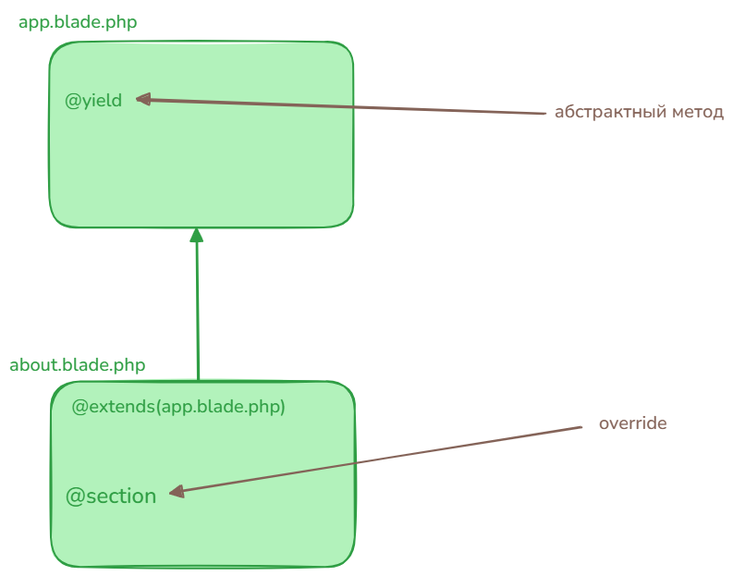
silvercodes/p32_laravel keeps this Excalidraw diagram as =img=/blade.excalidraw.png. Above is the earlier version. Source tidied: one line per element, renumbered; positions are measured from the earlier drawing's top-left corner, leaving out a move shared by most shapes. Source of this version:
```json
{"id": 0, "type": "rectangle", "strokeColor": "#2f9e44", "backgroundColor": "#b2f2bb", "fillStyle": "solid", "strokeWidth": 2, "roughness": 1, "round": true, "x": 43, "y": 35, "width": 329, "height": 201}
{"id": 1, "type": "rectangle", "strokeColor": "#2f9e44", "backgroundColor": "#b2f2bb", "fillStyle": "solid", "strokeWidth": 2, "roughness": 1, "round": true, "x": 45, "y": 402, "width": 329, "height": 201}
{"id": 2, "type": "arrow", "strokeColor": "#2f9e44", "backgroundColor": "#b2f2bb", "fillStyle": "solid", "strokeWidth": 2, "roughness": 1, "endArrowhead": "triangle", "round": true, "from": 1, "to": 0, "x": 205, "y": 402, "width": 2, "height": 163, "points": [[0, 0], [-2, -163]]}
{"id": 3, "type": "text", "text": "@extends(app.blade.php)", "strokeColor": "#2f9e44", "backgroundColor": "#b2f2bb", "fillStyle": "solid", "strokeWidth": 2, "roughness": 1, "fontSize": 20, "fontFamily": 6, "x": 67, "y": 416, "width": 232, "height": 27}
{"id": 4, "type": "text", "text": "app.blade.php", "strokeColor": "#2f9e44", "backgroundColor": "#b2f2bb", "fillStyle": "solid", "strokeWidth": 2, "roughness": 1, "fontSize": 20, "fontFamily": 6, "x": 10, "y": 0, "width": 129, "height": 27}
{"id": 5, "type": "text", "text": "about.blade.php", "strokeColor": "#2f9e44", "backgroundColor": "#b2f2bb", "fillStyle": "solid", "strokeWidth": 2, "roughness": 1, "fontSize": 20, "fontFamily": 6, "x": 0, "y": 371, "width": 147, "height": 27}
{"id": 6, "type": "text", "text": "@yield", "strokeColor": "#2f9e44", "backgroundColor": "#b2f2bb", "fillStyle": "solid", "strokeWidth": 2, "roughness": 1, "fontSize": 20, "fontFamily": 6, "x": 60, "y": 85, "width": 62, "height": 27}
{"id": 7, "type": "text", "text": "@section", "strokeColor": "#2f9e44", "backgroundColor": "#b2f2bb", "fillStyle": "solid", "strokeWidth": 2, "roughness": 1, "fontSize": 23.81, "fontFamily": 6, "x": 60, "y": 510, "width": 99, "height": 32}
{"id": 8, "type": "arrow", "strokeColor": "#846358", "backgroundColor": "#b2f2bb", "fillStyle": "solid", "strokeWidth": 2, "roughness": 1, "endArrowhead": "triangle", "round": true, "to": 0, "x": 579, "y": 112, "width": 440, "height": 14, "points": [[0, 0], [-440, -14]]}
{"id": 9, "type": "text", "text": "абстрактный метод", "strokeColor": "#846358", "backgroundColor": "#b2f2bb", "fillStyle": "solid", "strokeWidth": 2, "roughness": 1, "fontSize": 20, "fontFamily": 6, "x": 590, "y": 97, "width": 183, "height": 27}
{"id": 10, "type": "arrow", "strokeColor": "#846358", "backgroundColor": "#b2f2bb", "fillStyle": "solid", "strokeWidth": 2, "roughness": 1, "endArrowhead": "triangle", "round": true, "to": 7, "x": 619, "y": 451, "width": 444, "height": 72, "points": [[0, 0], [-444, 72]]}
{"id": 11, "type": "text", "text": "override", "strokeColor": "#846358", "backgroundColor": "#b2f2bb", "fillStyle": "solid", "strokeWidth": 2, "roughness": 1, "fontSize": 20, "fontFamily": 6, "x": 638, "y": 434, "width": 74, "height": 27}
```
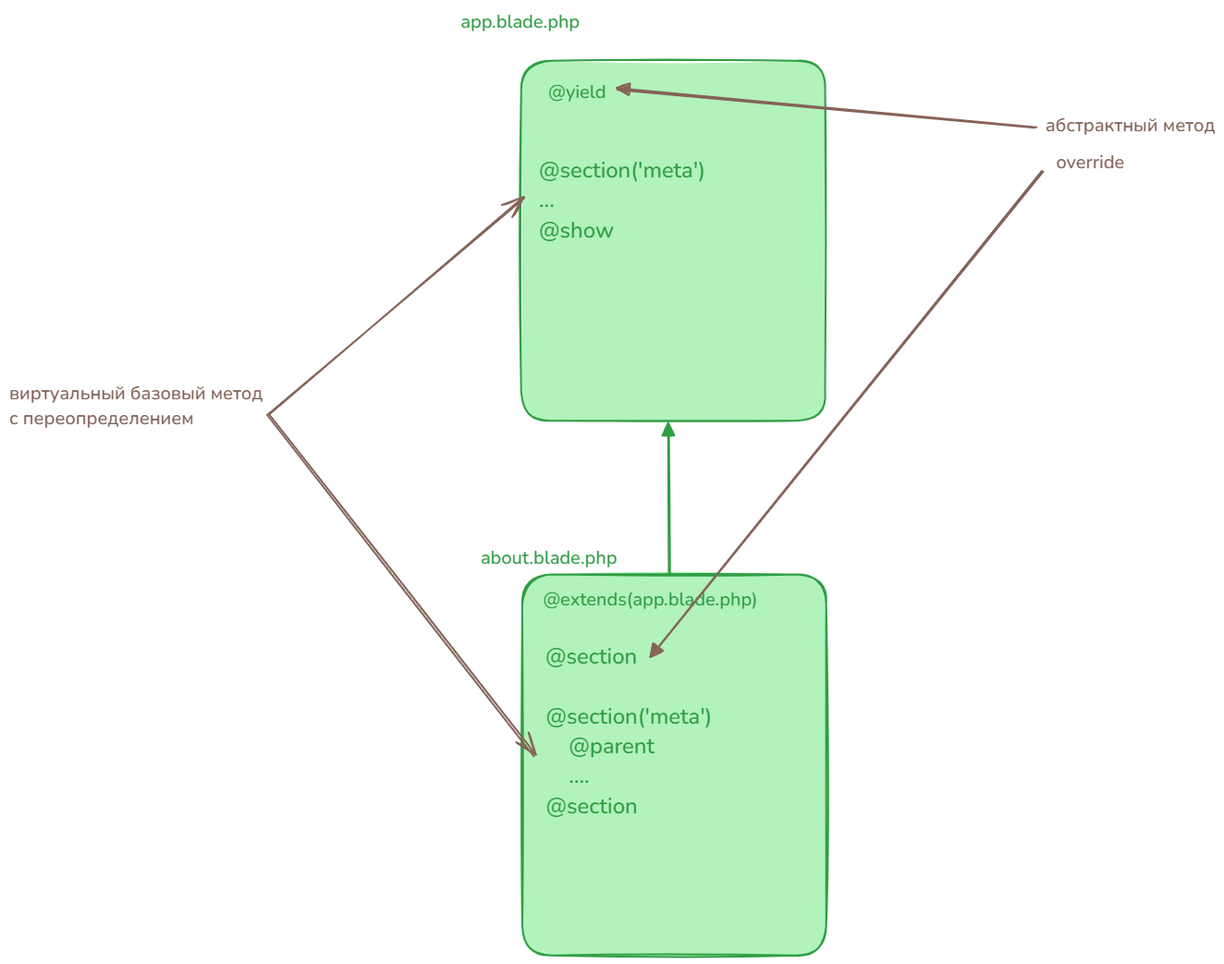
Above is the later version.

The edit, as a diff of the source:
```diff
@@ -1,12 +1,17 @@
-{"id": 0, "type": "rectangle", "strokeColor": "#2f9e44", "backgroundColor": "#b2f2bb", "fillStyle": "solid", "strokeWidth": 2, "roughness": 1, "round": true, "x": 43, "y": 35, "width": 329, "height": 201}
+{"id": 0, "type": "rectangle", "strokeColor": "#2f9e44", "backgroundColor": "#b2f2bb", "fillStyle": "solid", "strokeWidth": 2, "roughness": 1, "round": true, "x": 44, "y": -153, "width": 329, "height": 389}
-{"id": 1, "type": "rectangle", "strokeColor": "#2f9e44", "backgroundColor": "#b2f2bb", "fillStyle": "solid", "strokeWidth": 2, "roughness": 1, "round": true, "x": 45, "y": 402, "width": 329, "height": 201}
+{"id": 1, "type": "rectangle", "strokeColor": "#2f9e44", "backgroundColor": "#b2f2bb", "fillStyle": "solid", "strokeWidth": 2, "roughness": 1, "round": true, "x": 45, "y": 402, "width": 329, "height": 412}
-{"id": 2, "type": "arrow", "strokeColor": "#2f9e44", "backgroundColor": "#b2f2bb", "fillStyle": "solid", "strokeWidth": 2, "roughness": 1, "endArrowhead": "triangle", "round": true, "from": 1, "to": 0, "x": 205, "y": 402, "width": 2, "height": 163, "points": [[0, 0], [-2, -163]]}
+{"id": 2, "type": "arrow", "strokeColor": "#2f9e44", "backgroundColor": "#b2f2bb", "fillStyle": "solid", "strokeWidth": 2, "roughness": 1, "endArrowhead": "triangle", "round": true, "from": 1, "to": 0, "x": 205, "y": 401, "width": 1, "height": 161, "points": [[0, 0], [-1, -161]]}
 {"id": 3, "type": "text", "text": "@extends(app.blade.php)", "strokeColor": "#2f9e44", "backgroundColor": "#b2f2bb", "fillStyle": "solid", "strokeWidth": 2, "roughness": 1, "fontSize": 20, "fontFamily": 6, "x": 67, "y": 416, "width": 232, "height": 27}
-{"id": 4, "type": "text", "text": "app.blade.php", "strokeColor": "#2f9e44", "backgroundColor": "#b2f2bb", "fillStyle": "solid", "strokeWidth": 2, "roughness": 1, "fontSize": 20, "fontFamily": 6, "x": 10, "y": 0, "width": 129, "height": 27}
+{"id": 4, "type": "text", "text": "app.blade.php", "strokeColor": "#2f9e44", "backgroundColor": "#b2f2bb", "fillStyle": "solid", "strokeWidth": 2, "roughness": 1, "fontSize": 20, "fontFamily": 6, "x": -22, "y": -209, "width": 129, "height": 27}
 {"id": 5, "type": "text", "text": "about.blade.php", "strokeColor": "#2f9e44", "backgroundColor": "#b2f2bb", "fillStyle": "solid", "strokeWidth": 2, "roughness": 1, "fontSize": 20, "fontFamily": 6, "x": 0, "y": 371, "width": 147, "height": 27}
-{"id": 6, "type": "text", "text": "@yield", "strokeColor": "#2f9e44", "backgroundColor": "#b2f2bb", "fillStyle": "solid", "strokeWidth": 2, "roughness": 1, "fontSize": 20, "fontFamily": 6, "x": 60, "y": 85, "width": 62, "height": 27}
+{"id": 6, "type": "text", "text": "@yield", "strokeColor": "#2f9e44", "backgroundColor": "#b2f2bb", "fillStyle": "solid", "strokeWidth": 2, "roughness": 1, "fontSize": 20, "fontFamily": 6, "x": 73, "y": -134, "width": 62, "height": 27}
-{"id": 7, "type": "text", "text": "@section", "strokeColor": "#2f9e44", "backgroundColor": "#b2f2bb", "fillStyle": "solid", "strokeWidth": 2, "roughness": 1, "fontSize": 23.81, "fontFamily": 6, "x": 60, "y": 510, "width": 99, "height": 32}
+{"id": 12, "type": "text", "text": "@section", "strokeColor": "#2f9e44", "backgroundColor": "#b2f2bb", "fillStyle": "solid", "strokeWidth": 2, "roughness": 1, "fontSize": 23.81, "fontFamily": 6, "x": 70, "y": 475, "width": 99, "height": 32}
-{"id": 8, "type": "arrow", "strokeColor": "#846358", "backgroundColor": "#b2f2bb", "fillStyle": "solid", "strokeWidth": 2, "roughness": 1, "endArrowhead": "triangle", "round": true, "to": 0, "x": 579, "y": 112, "width": 440, "height": 14, "points": [[0, 0], [-440, -14]]}
+{"id": 8, "type": "arrow", "strokeColor": "#846358", "backgroundColor": "#b2f2bb", "fillStyle": "solid", "strokeWidth": 2, "roughness": 1, "endArrowhead": "triangle", "round": true, "from": 9, "to": 6, "x": 600, "y": -82, "width": 452, "height": 40, "points": [[0, 0], [-452, -40]]}
-{"id": 9, "type": "text", "text": "абстрактный метод", "strokeColor": "#846358", "backgroundColor": "#b2f2bb", "fillStyle": "solid", "strokeWidth": 2, "roughness": 1, "fontSize": 20, "fontFamily": 6, "x": 590, "y": 97, "width": 183, "height": 27}
+{"id": 9, "type": "text", "text": "абстрактный метод", "strokeColor": "#846358", "backgroundColor": "#b2f2bb", "fillStyle": "solid", "strokeWidth": 2, "roughness": 1, "fontSize": 20, "fontFamily": 6, "x": 611, "y": -97, "width": 183, "height": 27}
-{"id": 10, "type": "arrow", "strokeColor": "#846358", "backgroundColor": "#b2f2bb", "fillStyle": "solid", "strokeWidth": 2, "roughness": 1, "endArrowhead": "triangle", "round": true, "to": 7, "x": 619, "y": 451, "width": 444, "height": 72, "points": [[0, 0], [-444, 72]]}
+{"id": 10, "type": "arrow", "strokeColor": "#846358", "backgroundColor": "#b2f2bb", "fillStyle": "solid", "strokeWidth": 2, "roughness": 1, "endArrowhead": "triangle", "round": true, "from": 11, "to": 12, "x": 609, "y": -35, "width": 423, "height": 526, "points": [[0, 0], [-423, 526]]}
-{"id": 11, "type": "text", "text": "override", "strokeColor": "#846358", "backgroundColor": "#b2f2bb", "fillStyle": "solid", "strokeWidth": 2, "roughness": 1, "fontSize": 20, "fontFamily": 6, "x": 638, "y": 434, "width": 74, "height": 27}
+{"id": 11, "type": "text", "text": "override", "strokeColor": "#846358", "backgroundColor": "#b2f2bb", "fillStyle": "solid", "strokeWidth": 2, "roughness": 1, "fontSize": 20, "fontFamily": 6, "x": 623, "y": -57, "width": 74, "height": 27}
+{"id": 13, "type": "text", "text": "@section('meta')\n...\n@show", "strokeColor": "#2f9e44", "backgroundColor": "#b2f2bb", "fillStyle": "solid", "strokeWidth": 2, "roughness": 1, "fontSize": 23.81, "fontFamily": 6, "x": 63, "y": -51, "width": 180, "height": 96}
+{"id": 7, "type": "text", "text": "@section('meta')\n    @parent\n    ....\n@section", "strokeColor": "#2f9e44", "backgroundColor": "#b2f2bb", "fillStyle": "solid", "strokeWidth": 2, "roughness": 1, "fontSize": 23.81, "fontFamily": 6, "x": 71, "y": 540, "width": 180, "height": 129}
+{"id": 14, "type": "text", "text": "виртуальный базовый метод\nс переопределением", "strokeColor": "#846358", "strokeWidth": 2, "roughness": 1, "fontSize": 20, "fontFamily": 6, "x": -510, "y": 192, "width": 274, "height": 54}
+{"id": 15, "type": "arrow", "strokeColor": "#846358", "strokeWidth": 2, "roughness": 1, "endArrowhead": "arrow", "round": true, "from": 14, "to": 13, "x": -230, "y": 229, "width": 276, "height": 234, "points": [[0, 0], [276, -234]]}
+{"id": 16, "type": "arrow", "strokeColor": "#846358", "strokeWidth": 2, "roughness": 1, "endArrowhead": "arrow", "round": true, "from": 14, "to": 7, "x": -230, "y": 230, "width": 289, "height": 369, "points": [[0, 0], [289, 369]]}
```
